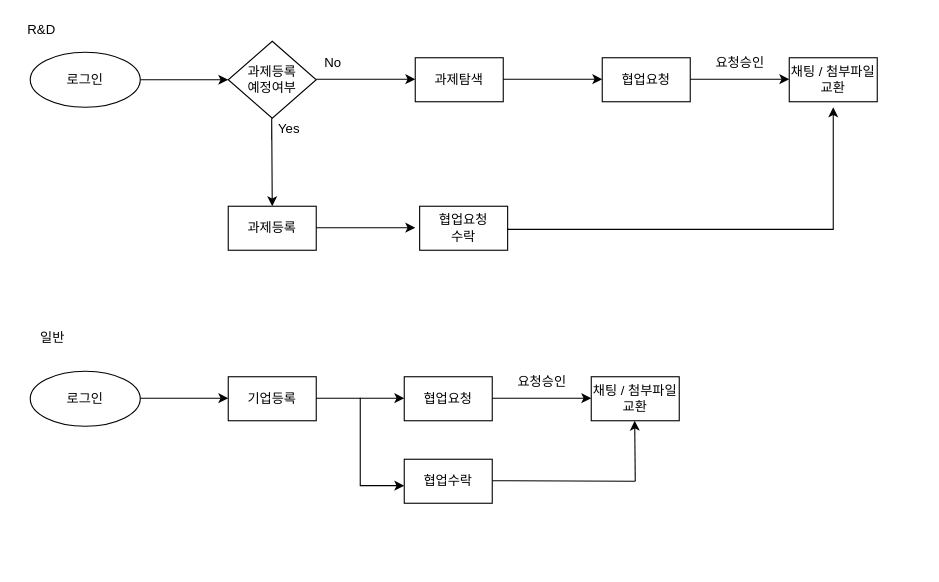
This is cowork.drawio from Lucidhomme/TIL, a draw.io file, before an edit. Source tidied: cells renumbered, new cells numbered last; positions are measured from the earlier drawing's top-left corner, leaving out a move shared by most shapes. Both pictures are drawn from the tidied source at 110%, with x=0, y=0 at pixel (19, 19). Pictures stored in the file or linked from it are replaced by grey dashed boxes.
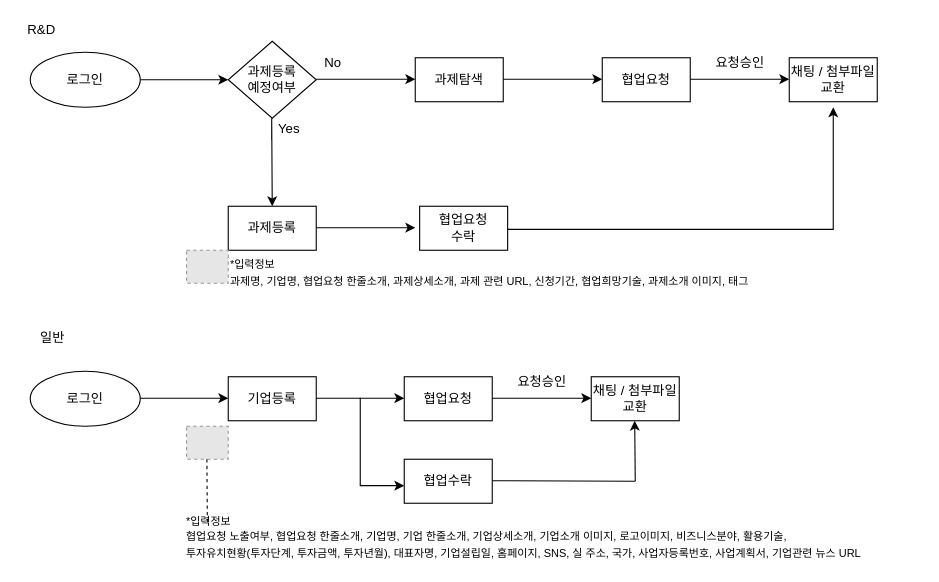
The same page after the edit.

Diff of the diagram source:
```diff
@@
+    <mxCell id="33" style="fillColor=#E6E6E6;strokeColor=#999999;dashed=1;verticalLabelPosition=bottom;labelBackgroundColor=#ffffff;verticalAlign=top;" parent="1" vertex="1">
+      <mxGeometry x="152.1" y="210" width="37.9" height="30" as="geometry" />
+    </mxCell>
+    <mxCell id="34" style="fillColor=#E6E6E6;strokeColor=#999999;dashed=1;verticalLabelPosition=bottom;labelBackgroundColor=#ffffff;verticalAlign=top;" parent="1" vertex="1">
+      <mxGeometry x="152.1" y="370" width="37.9" height="30" as="geometry" />
+    </mxCell>
+    <mxCell id="35" value="&lt;font style=&quot;font-size: 10px&quot;&gt;*입력정보&lt;br&gt;&lt;/font&gt;&lt;p style=&quot;margin-top: 0pt ; margin-bottom: 0pt ; margin-left: 0in ; text-indent: 0in ; direction: ltr ; unicode-bidi: embed&quot;&gt;&lt;font style=&quot;font-size: 10px&quot;&gt;&lt;span style=&quot;font-family: &amp;#34;맑은 고딕&amp;#34;&quot;&gt;과제명&lt;/span&gt;&lt;span style=&quot;font-family: &amp;#34;맑은 고딕&amp;#34;&quot;&gt;, &lt;/span&gt;&lt;span style=&quot;font-family: &amp;#34;맑은 고딕&amp;#34;&quot;&gt;기업명&lt;/span&gt;&lt;span style=&quot;font-family: &amp;#34;맑은 고딕&amp;#34;&quot;&gt;, &lt;/span&gt;&lt;span style=&quot;font-family: &amp;#34;맑은 고딕&amp;#34;&quot;&gt;협업요청 &lt;/span&gt;&lt;span style=&quot;font-family: &amp;#34;맑은 고딕&amp;#34;&quot;&gt;한줄소개&lt;/span&gt;&lt;span style=&quot;font-family: &amp;#34;맑은 고딕&amp;#34;&quot;&gt;, 과제상세&lt;/span&gt;&lt;span style=&quot;font-family: &amp;#34;맑은 고딕&amp;#34;&quot;&gt;소개&lt;/span&gt;&lt;span style=&quot;font-family: &amp;#34;맑은 고딕&amp;#34;&quot;&gt;, &lt;/span&gt;&lt;span style=&quot;font-family: &amp;#34;맑은 고딕&amp;#34;&quot;&gt;과제 관련 &lt;/span&gt;&lt;span style=&quot;font-family: &amp;#34;맑은 고딕&amp;#34;&quot;&gt;URL&lt;/span&gt;&lt;span style=&quot;font-family: &amp;#34;맑은 고딕&amp;#34;&quot;&gt;, &lt;/span&gt;&lt;span style=&quot;font-family: &amp;#34;맑은 고딕&amp;#34;&quot;&gt;신청기간&lt;/span&gt;&lt;span style=&quot;font-family: &amp;#34;맑은 고딕&amp;#34;&quot;&gt;, &lt;/span&gt;&lt;span style=&quot;font-family: &amp;#34;맑은 고딕&amp;#34;&quot;&gt;협업희망기술&lt;/span&gt;&lt;span style=&quot;font-family: &amp;#34;맑은 고딕&amp;#34;&quot;&gt;, 과제소개&amp;nbsp;&lt;/span&gt;&lt;span style=&quot;font-family: &amp;#34;맑은 고딕&amp;#34;&quot;&gt;이미지&lt;/span&gt;&lt;span style=&quot;font-family: &amp;#34;맑은 고딕&amp;#34;&quot;&gt;, &lt;/span&gt;&lt;span style=&quot;font-family: &amp;#34;맑은 고딕&amp;#34;&quot;&gt;태그&lt;/span&gt;&lt;/font&gt;&lt;/p&gt;" style="text;html=1;align=left;verticalAlign=middle;fillColor=none;strokeColor=none;rounded=0;" parent="1" vertex="1">
+      <mxGeometry x="190" y="210" width="520" height="40" as="geometry" />
+    </mxCell>
+    <mxCell id="36" value="&lt;font style=&quot;font-size: 10px&quot;&gt;*입력정보&lt;br&gt;&lt;/font&gt;&lt;p style=&quot;margin-top: 0pt ; margin-bottom: 0pt ; margin-left: 0in ; text-indent: 0in ; direction: ltr ; unicode-bidi: embed&quot;&gt;&lt;font style=&quot;font-size: 10px&quot;&gt;&lt;span style=&quot;font-family: &amp;#34;맑은 고딕&amp;#34;&quot;&gt;협업요청 노출여부, 협업요청 한줄소개,&amp;nbsp;&lt;/span&gt;&lt;span style=&quot;font-family: &amp;#34;맑은 고딕&amp;#34;&quot;&gt;기업명&lt;/span&gt;&lt;span style=&quot;font-family: &amp;#34;맑은 고딕&amp;#34;&quot;&gt;, 기업&lt;/span&gt;&lt;span style=&quot;font-family: &amp;#34;맑은 고딕&amp;#34;&quot;&gt;&amp;nbsp;&lt;/span&gt;&lt;span style=&quot;font-family: &amp;#34;맑은 고딕&amp;#34;&quot;&gt;한줄소개&lt;/span&gt;&lt;span style=&quot;font-family: &amp;#34;맑은 고딕&amp;#34;&quot;&gt;, 기업상세소개&lt;/span&gt;&lt;span style=&quot;font-family: &amp;#34;맑은 고딕&amp;#34;&quot;&gt;, 기업소개 이미지, 로고이미지, 비즈니스분야, 활용기술,&amp;nbsp;&lt;/span&gt;&lt;/font&gt;&lt;/p&gt;&lt;p style=&quot;margin-top: 0pt ; margin-bottom: 0pt ; margin-left: 0in ; text-indent: 0in ; direction: ltr ; unicode-bidi: embed&quot;&gt;&lt;font style=&quot;font-size: 10px&quot;&gt;&lt;span style=&quot;font-family: &amp;#34;맑은 고딕&amp;#34;&quot;&gt;투자유치현황(투자단계, 투자금액, 투자년월),&amp;nbsp;&lt;/span&gt;&lt;/font&gt;&lt;span style=&quot;font-family: &amp;#34;맑은 고딕&amp;#34; ; font-size: 10px ; text-indent: 0in&quot;&gt;대표자명, 기업설립일, 홈페이지, SNS, 실 주소, 국가, 사업자등록번호, 사업계획서, 기업관련 뉴스 URL&lt;/span&gt;&lt;/p&gt;" style="text;html=1;align=left;verticalAlign=middle;fillColor=none;strokeColor=none;rounded=0;" parent="1" vertex="1">
+      <mxGeometry x="150" y="445" width="670" height="50" as="geometry" />
+    </mxCell>
+    <mxCell id="37" style="endArrow=none;dashed=1;html=1;" parent="1" edge="1">
+      <mxGeometry relative="1" as="geometry">
+        <mxPoint x="170.6" y="400" as="sourcePoint" />
+        <mxPoint x="171" y="460" as="targetPoint" />
+      </mxGeometry>
+    </mxCell>
```
